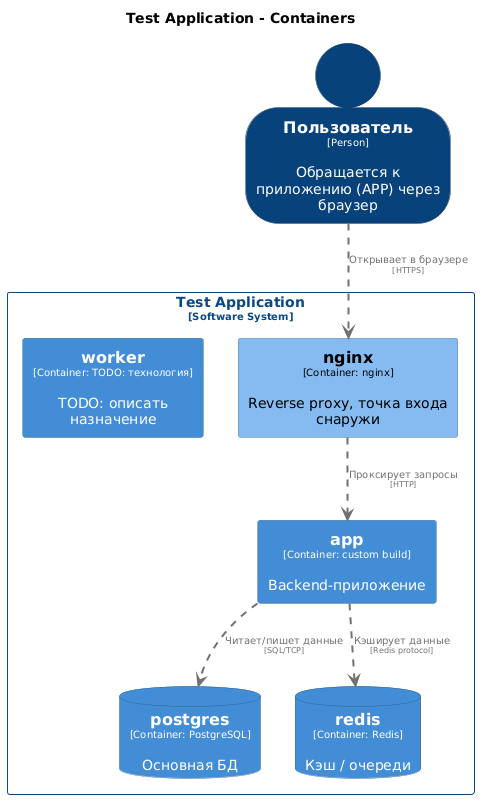
This is architecture/diagrams/structurizr-Containers.png from dmitryimalkov/cicd, a PlantUML export, as it was before one commit.
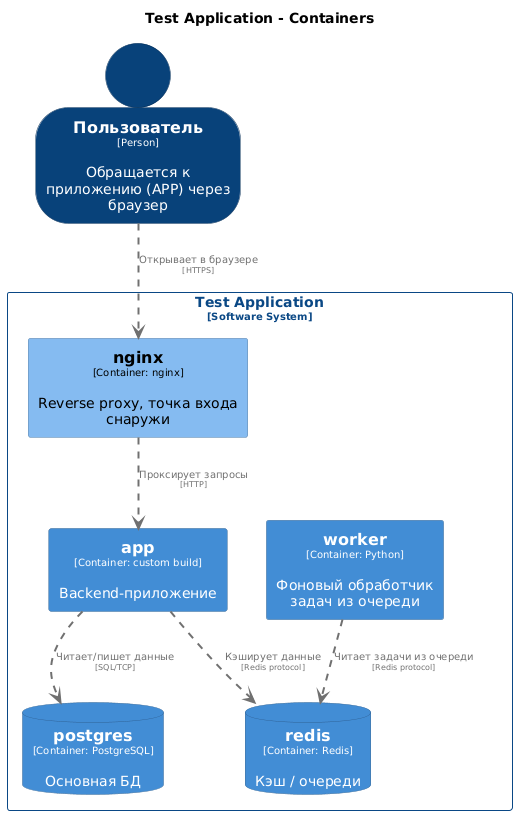
After the commit.

Commit message:
docs: auto-sync architecture with docker-compose

What changed in the source:
```diff
@@ -58,15 +58,16 @@
 person "==Пользователь\n<size:10>[Person]</size>\n\nОбращается к приложению (APP) через браузер" <<Пользователь>> as Пользователь
 
 rectangle "Test Application\n<size:10>[Software System]</size>" <<TestApplication>> {
-  rectangle "==worker\n<size:10>[Container: TODO: технология]</size>\n\nTODO: описать назначение" <<TestApplication.worker>> as TestApplication.worker
   rectangle "==nginx\n<size:10>[Container: nginx]</size>\n\nReverse proxy, точка входа снаружи" <<TestApplication.nginx>> as TestApplication.nginx
   rectangle "==app\n<size:10>[Container: custom build]</size>\n\nBackend-приложение" <<TestApplication.app>> as TestApplication.app
   database "==postgres\n<size:10>[Container: PostgreSQL]</size>\n\nОсновная БД" <<TestApplication.postgres>> as TestApplication.postgres
   database "==redis\n<size:10>[Container: Redis]</size>\n\nКэш / очереди" <<TestApplication.redis>> as TestApplication.redis
+  rectangle "==worker\n<size:10>[Container: Python]</size>\n\nФоновый обработчик задач из очереди" <<TestApplication.worker>> as TestApplication.worker
 }
 
+TestApplication.nginx .[#707070,thickness=2].> TestApplication.app : "<color:#707070>Проксирует запросы\n<color:#707070><size:8>[HTTP]</size>"
 TestApplication.app .[#707070,thickness=2].> TestApplication.postgres : "<color:#707070>Читает/пишет данные\n<color:#707070><size:8>[SQL/TCP]</size>"
 TestApplication.app .[#707070,thickness=2].> TestApplication.redis : "<color:#707070>Кэширует данные\n<color:#707070><size:8>[Redis protocol]</size>"
+TestApplication.worker .[#707070,thickness=2].> TestApplication.redis : "<color:#707070>Читает задачи из очереди\n<color:#707070><size:8>[Redis protocol]</size>"
 Пользователь .[#707070,thickness=2].> TestApplication.nginx : "<color:#707070>Открывает в браузере\n<color:#707070><size:8>[HTTPS]</size>"
-TestApplication.nginx .[#707070,thickness=2].> TestApplication.app : "<color:#707070>Проксирует запросы\n<color:#707070><size:8>[HTTP]</size>"
 @enduml
```
